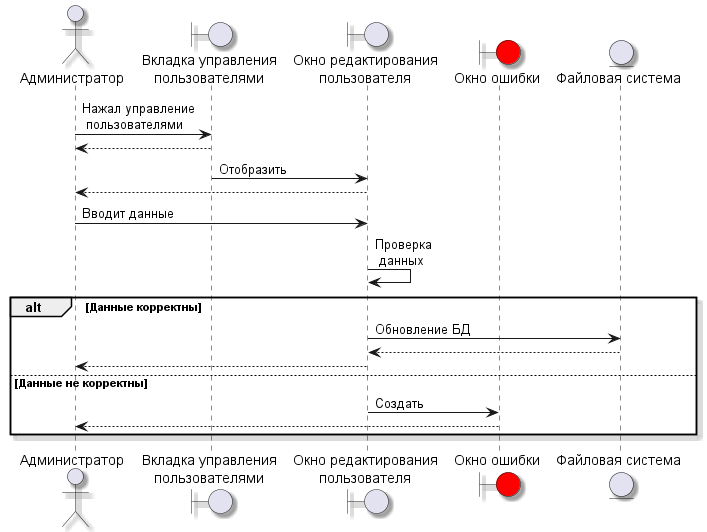
The PlantUML diagram out/Resource/Диаграммы последовательности/Редактирование пользователей (Администратор).png in MiFit1/OSOGO, before a commit.
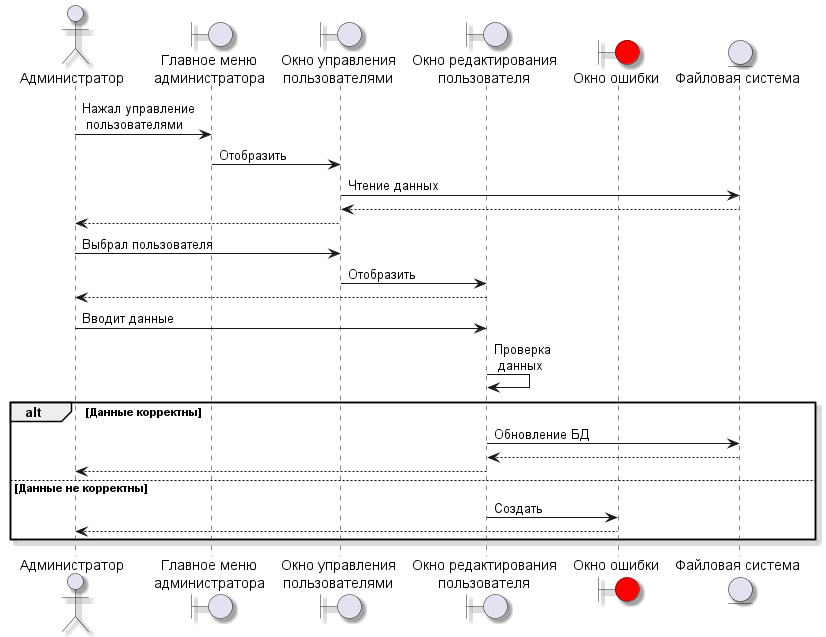
After the commit.

What changed in the source:
```diff
@@ -1,14 +1,19 @@
 @startuml
 skinparam Shadowing true
 actor "Администратор" as admin
-boundary "Вкладка управления\nпользователями" as changeUserTab
+boundary "Главное меню\nадминистратора" as mainMenuAd
+boundary "Окно управления\nпользователями" as changeUserTab
 boundary "Окно редактирования\nпользователя" as changeUserWindow
 boundary "Окно ошибки" as errorWindow #Red
 
 entity "Файловая система" as fs
 
-admin -> changeUserTab:Нажал управление\n пользователями
+admin -> mainMenuAd:Нажал управление\n пользователями
+mainMenuAd -> changeUserTab:Отобразить
+changeUserTab -> fs:Чтение данных
+fs --> changeUserTab
 changeUserTab --> admin
+admin -> changeUserTab:Выбрал пользователя
 changeUserTab -> changeUserWindow :Отобразить
 changeUserWindow --> admin
 admin -> changeUserWindow:Вводит данные
```
